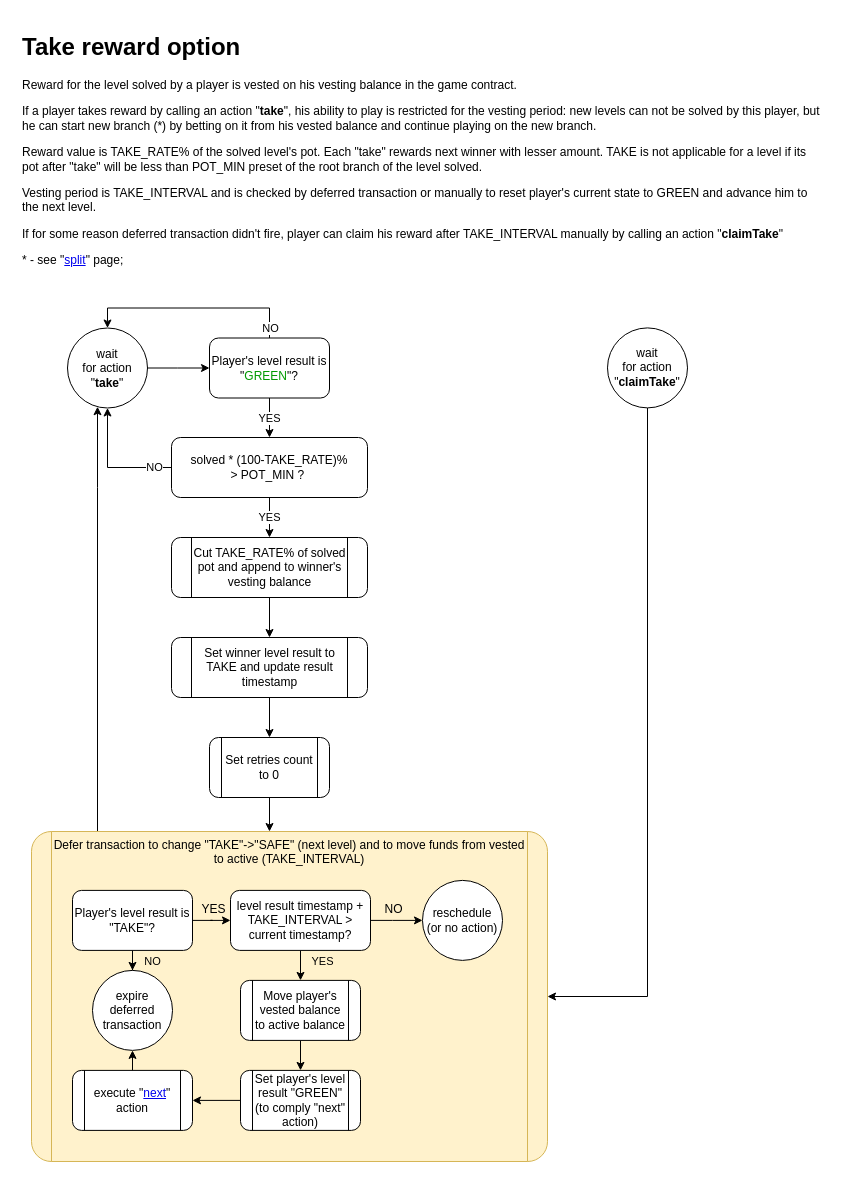
cptn-solo/woffler_contract keeps this draw.io diagram as page "take" (7 of 12) of ia/WOFFLER IA.drawio. Above is the earlier version. Source tidied: cells renumbered, new cells numbered last; positions are measured from the earlier drawing's top-left corner, leaving out a move shared by most shapes. Both pictures are drawn from the tidied source at 100%, with x=0, y=0 at pixel (17, 27).
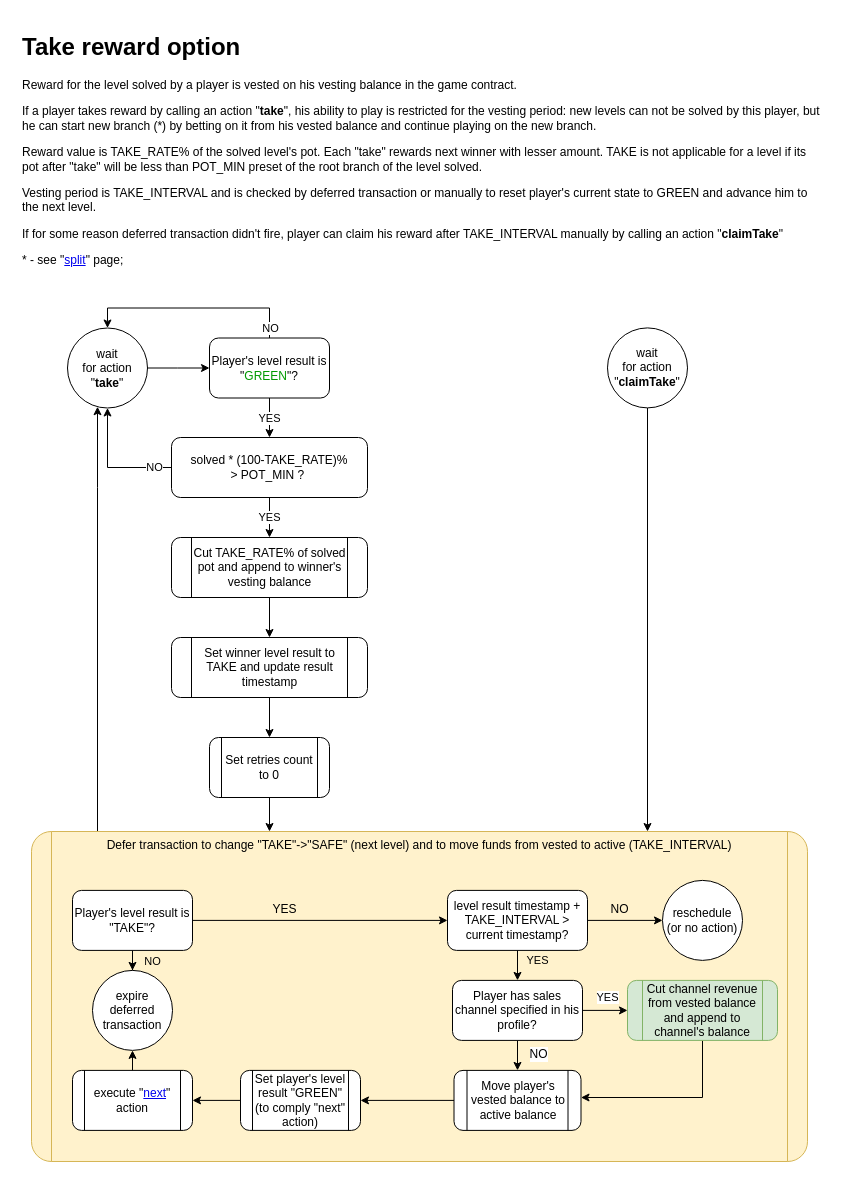
The same page after the edit.

Commit message (it also covers changes not shown here):
#11 Add referrer field to IA (players table) : WIP - added to TAKE workflow. Should think on balance with UNJAIL and SPLIT.

The change refers to these unchanged cells:
```xml
<mxCell id="31" value="Set player's level result &quot;GREEN&quot;&lt;br&gt;(to comply &quot;next&quot; action)&lt;br&gt;" style="shape=process;rounded=1;whiteSpace=wrap;html=1;shadow=0;glass=0;strokeColor=#000000;align=center;" parent="1" vertex="1">
  <mxGeometry x="223" y="1042.9" width="120" height="60" as="geometry" />
</mxCell>
```

The edit, as a diff of the source:
```diff
@@
     <mxCell id="8" value="Defer transaction to change &quot;TAKE&quot;-&amp;gt;&quot;SAFE&quot; (next level) and to move funds from vested to active (TAKE_INTERVAL)" style="shape=process;rounded=1;whiteSpace=wrap;html=1;shadow=0;glass=0;strokeColor=#d6b656;align=center;fillColor=#fff2cc;verticalAlign=top;size=0.024609843937575048;arcSize=6;" parent="1" vertex="1">
-      <mxGeometry x="14" y="804" width="516" height="330" as="geometry" />
+      <mxGeometry x="14" y="804" width="776" height="330" as="geometry" />
     </mxCell>
@@
-    <mxCell id="24" value="YES" style="edgeStyle=orthogonalEdgeStyle;rounded=0;jettySize=auto;html=1;labelBackgroundColor=none;" parent="1" edge="1" source="27" target="29">
-      <mxGeometry x="-0.26" y="22" relative="1" as="geometry">
-        <Array as="points">
-          <mxPoint x="283" y="952.9" />
-          <mxPoint x="283" y="952.9" />
-        </Array>
-      </mxGeometry>
-    </mxCell>
     <mxCell id="25" style="edgeStyle=orthogonalEdgeStyle;rounded=0;jettySize=auto;html=1;labelBackgroundColor=none;" parent="1" edge="1" source="27" target="35">
-      <mxGeometry relative="1" as="geometry">
-        <Array as="points">
-          <mxPoint x="375" y="892.9" />
-          <mxPoint x="375" y="892.9" />
-        </Array>
-      </mxGeometry>
+      <mxGeometry relative="1" as="geometry" />
     </mxCell>
@@
     <mxCell id="27" value="level result timestamp + TAKE_INTERVAL &amp;gt; current timestamp?&lt;br&gt;" style="rounded=1;whiteSpace=wrap;html=1;shadow=0;glass=0;strokeColor=#000000;align=center;" parent="1" vertex="1">
-      <mxGeometry x="213" y="862.9" width="140" height="60" as="geometry" />
+      <mxGeometry x="430" y="862.9" width="140" height="60" as="geometry" />
     </mxCell>
-    <mxCell id="28" style="edgeStyle=orthogonalEdgeStyle;rounded=0;jettySize=auto;html=1;labelBackgroundColor=none;" parent="1" edge="1" source="29" target="31">
+    <mxCell id="28" style="edgeStyle=orthogonalEdgeStyle;rounded=0;jettySize=auto;html=1;" parent="1" edge="1" source="29" target="31">
       <mxGeometry relative="1" as="geometry" />
     </mxCell>
     <mxCell id="29" value="Move player's vested balance to active balance&lt;br&gt;" style="shape=process;rounded=1;whiteSpace=wrap;html=1;shadow=0;glass=0;strokeColor=#000000;align=center;" parent="1" vertex="1">
-      <mxGeometry x="223" y="952.9" width="120" height="60" as="geometry" />
+      <mxGeometry x="436.5" y="1042.9" width="127" height="60" as="geometry" />
     </mxCell>
@@
     <mxCell id="35" value="reschedule &lt;br&gt;(or no action)" style="ellipse;whiteSpace=wrap;html=1;rounded=1;shadow=0;glass=0;align=center;labelBackgroundColor=none;" parent="1" vertex="1">
-      <mxGeometry x="405" y="852.9" width="80" height="80" as="geometry" />
+      <mxGeometry x="645" y="852.9" width="80" height="80" as="geometry" />
     </mxCell>
@@
+    <mxCell id="38" style="edgeStyle=orthogonalEdgeStyle;rounded=0;jettySize=auto;html=1;exitX=0.5;exitY=1;exitDx=0;exitDy=0;" parent="1" edge="1" source="39" target="29">
+      <mxGeometry relative="1" as="geometry">
+        <Array as="points">
+          <mxPoint x="685" y="1070" />
+        </Array>
+      </mxGeometry>
+    </mxCell>
+    <mxCell id="39" value="Cut channel revenue from vested balance and append to channel's balance&lt;br&gt;" style="shape=process;rounded=1;whiteSpace=wrap;html=1;shadow=0;glass=0;strokeColor=#82b366;align=center;fillColor=#d5e8d4;" parent="1" vertex="1">
+      <mxGeometry x="610" y="952.9" width="150" height="60" as="geometry" />
+    </mxCell>
+    <mxCell id="40" value="YES" style="edgeStyle=orthogonalEdgeStyle;rounded=0;jettySize=auto;html=1;" parent="1" edge="1" source="43" target="39">
+      <mxGeometry x="0.1" y="13" relative="1" as="geometry" />
+    </mxCell>
+    <mxCell id="41" style="edgeStyle=orthogonalEdgeStyle;rounded=0;jettySize=auto;html=1;exitX=0.5;exitY=1;exitDx=0;exitDy=0;" parent="1" edge="1" source="43" target="29">
+      <mxGeometry relative="1" as="geometry" />
+    </mxCell>
+    <mxCell id="42" value="NO" style="text;html=1;align=center;verticalAlign=middle;labelBackgroundColor=#ffffff;" parent="41" vertex="1">
+      <mxGeometry x="0.14" y="-5" relative="1" as="geometry">
+        <mxPoint x="15" y="3" as="offset" />
+      </mxGeometry>
+    </mxCell>
+    <mxCell id="43" value="Player has sales channel specified in his profile?&lt;br&gt;" style="rounded=1;whiteSpace=wrap;html=1;shadow=0;glass=0;strokeColor=#000000;align=center;" parent="1" vertex="1">
+      <mxGeometry x="435" y="952.9" width="130" height="60" as="geometry" />
+    </mxCell>
+    <mxCell id="24" value="YES" style="edgeStyle=orthogonalEdgeStyle;rounded=0;jettySize=auto;html=1;labelBackgroundColor=none;" parent="1" edge="1" source="27" target="43">
+      <mxGeometry x="0.21" y="20" relative="1" as="geometry" />
+    </mxCell>
```
